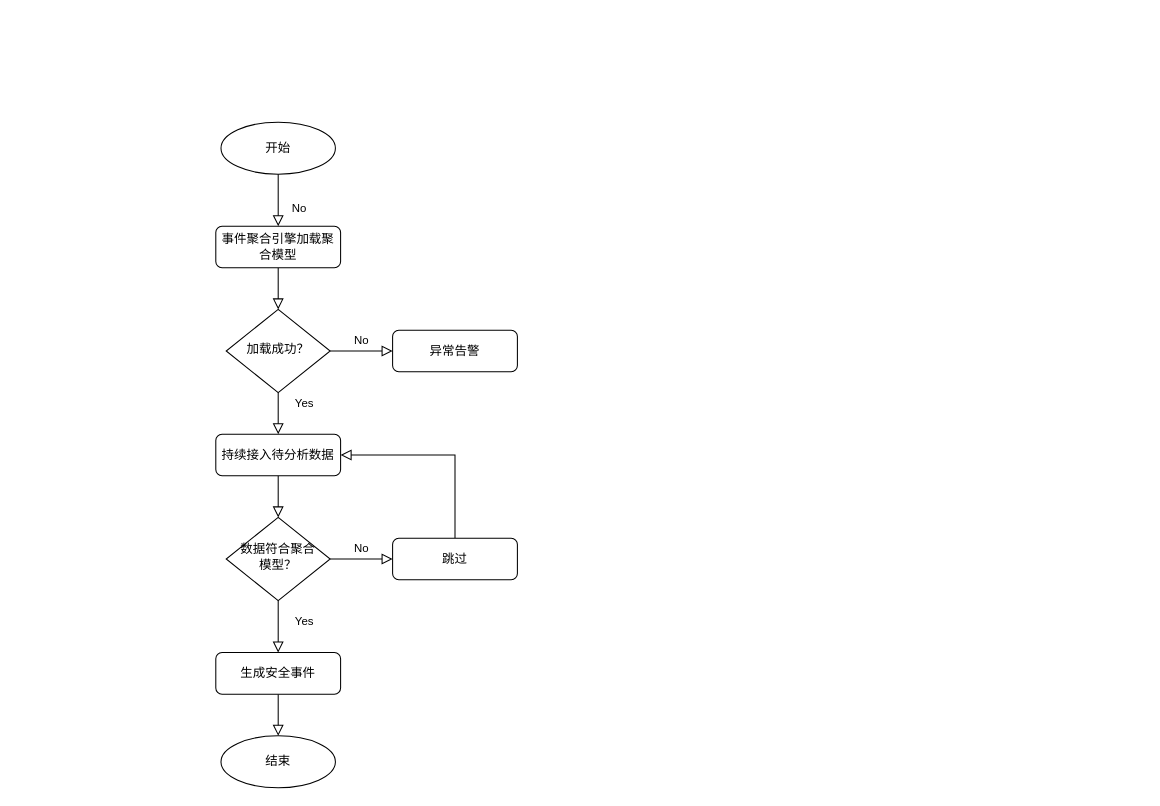
Earlier version of the draw.io diagram control-flow-chart.drawio (popvlovs/popvlovs-repository). Source tidied: cells renumbered, new cells numbered last; positions are measured from the earlier drawing's top-left corner, leaving out a move shared by most shapes. Both pictures are drawn from the tidied source at 104%, with x=0, y=0 at pixel (215, 122).
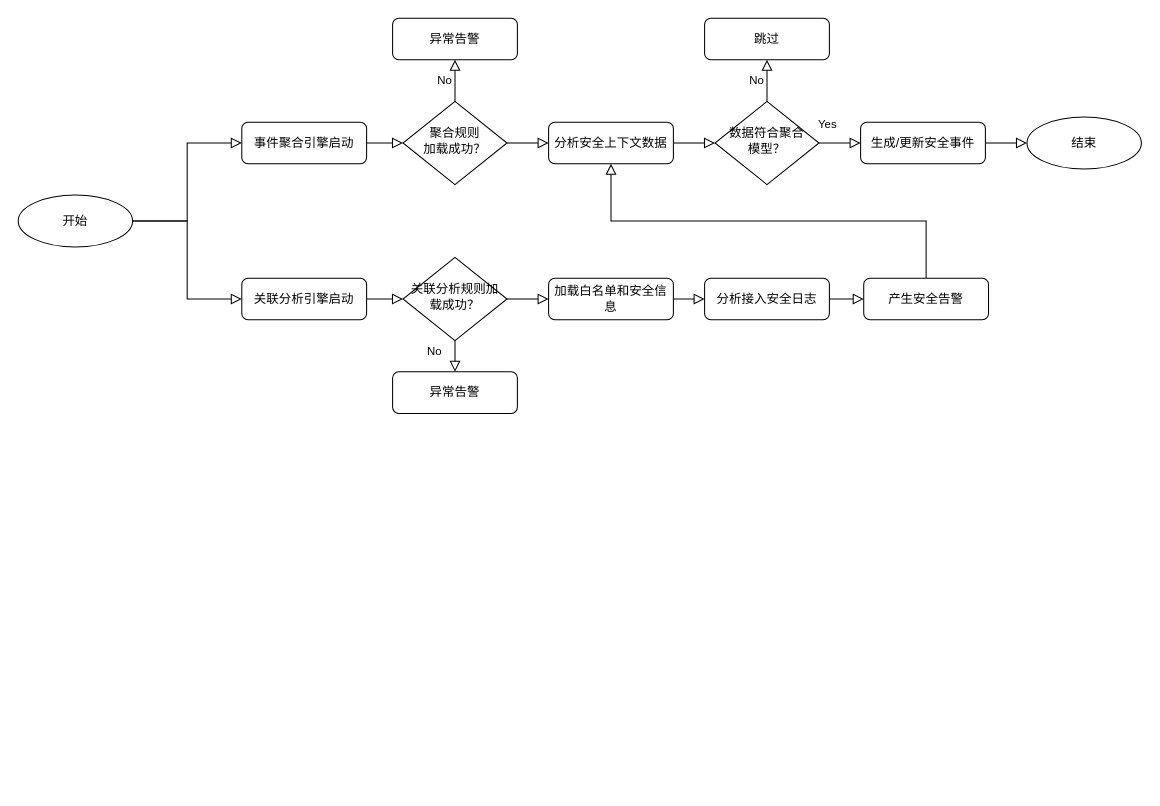
Above is the later version.

The edit, as a diff of the source:
```diff
@@
-    <mxCell id="3" value="事件聚合引擎加载聚合模型" style="rounded=1;whiteSpace=wrap;html=1;fontSize=12;glass=0;strokeWidth=1;shadow=0;" parent="1" vertex="1">
-      <mxGeometry y="100" width="120" height="40" as="geometry" />
+    <mxCell id="3" value="事件聚合引擎启动" style="rounded=1;whiteSpace=wrap;html=1;fontSize=12;glass=0;strokeWidth=1;shadow=0;" parent="1" vertex="1">
+      <mxGeometry x="25" width="120" height="40" as="geometry" />
     </mxCell>
+    <mxCell id="9" style="edgeStyle=orthogonalEdgeStyle;shape=connector;rounded=0;jettySize=auto;html=1;shadow=0;labelBackgroundColor=none;fontFamily=Helvetica;fontSize=11;fontColor=default;endArrow=block;endFill=0;endSize=8;strokeColor=default;strokeWidth=1;entryX=0;entryY=0.5;entryDx=0;entryDy=0;" parent="1" edge="1" source="4" target="3">
+      <mxGeometry relative="1" as="geometry" />
+    </mxCell>
     <mxCell id="4" value="开始" style="ellipse;whiteSpace=wrap;html=1;" parent="1" vertex="1">
-      <mxGeometry x="5" width="110" height="50" as="geometry" />
+      <mxGeometry x="-190" y="70" width="110" height="50" as="geometry" />
     </mxCell>
-    <mxCell id="5" style="edgeStyle=orthogonalEdgeStyle;shape=connector;rounded=0;jettySize=auto;html=1;shadow=0;labelBackgroundColor=none;fontFamily=Helvetica;fontSize=11;fontColor=default;endArrow=block;endFill=0;endSize=8;strokeColor=default;strokeWidth=1;" parent="1" edge="1" source="6" target="11">
-      <mxGeometry relative="1" as="geometry" />
-    </mxCell>
+    <mxCell id="23" style="edgeStyle=orthogonalEdgeStyle;shape=connector;rounded=0;jettySize=auto;html=1;shadow=0;labelBackgroundColor=none;fontFamily=Helvetica;fontSize=11;fontColor=default;endArrow=block;endFill=0;endSize=8;strokeColor=default;strokeWidth=1;" parent="1" edge="1" source="6" target="36">
+      <mxGeometry relative="1" as="geometry" />
+    </mxCell>
-    <mxCell id="6" value="加载成功？" style="rhombus;whiteSpace=wrap;html=1;shadow=0;fontFamily=Helvetica;fontSize=12;align=center;strokeWidth=1;spacing=6;spacingTop=-4;" parent="1" vertex="1">
-      <mxGeometry x="10" y="180" width="100" height="80" as="geometry" />
+    <mxCell id="6" value="聚合规则&lt;br&gt;加载成功？" style="rhombus;whiteSpace=wrap;html=1;shadow=0;fontFamily=Helvetica;fontSize=12;align=center;strokeWidth=1;spacing=6;spacingTop=-4;" parent="1" vertex="1">
+      <mxGeometry x="180" y="-20" width="100" height="80" as="geometry" />
     </mxCell>
     <mxCell id="7" value="异常告警" style="rounded=1;whiteSpace=wrap;html=1;fontSize=12;glass=0;strokeWidth=1;shadow=0;" parent="1" vertex="1">
-      <mxGeometry x="170" y="200" width="120" height="40" as="geometry" />
+      <mxGeometry x="170" y="-100" width="120" height="40" as="geometry" />
     </mxCell>
-    <mxCell id="8" value="No" style="edgeStyle=orthogonalEdgeStyle;rounded=0;html=1;jettySize=auto;fontSize=11;endArrow=block;endFill=0;endSize=8;strokeWidth=1;shadow=0;labelBackgroundColor=none;exitX=1;exitY=0.5;exitDx=0;exitDy=0;entryX=0;entryY=0.5;entryDx=0;entryDy=0;" parent="1" edge="1" source="6" target="7">
+    <mxCell id="8" value="No" style="edgeStyle=orthogonalEdgeStyle;rounded=0;html=1;jettySize=auto;fontSize=11;endArrow=block;endFill=0;endSize=8;strokeWidth=1;shadow=0;labelBackgroundColor=none;exitX=0.5;exitY=0;exitDx=0;exitDy=0;" parent="1" edge="1" source="6" target="7">
       <mxGeometry y="10" relative="1" as="geometry" />
     </mxCell>
-    <mxCell id="9" value="No" style="rounded=0;html=1;jettySize=auto;fontSize=11;endArrow=block;endFill=0;endSize=8;strokeWidth=1;shadow=0;labelBackgroundColor=none;edgeStyle=orthogonalEdgeStyle;exitX=0.5;exitY=1;exitDx=0;exitDy=0;entryX=0.5;entryY=0;entryDx=0;entryDy=0;" parent="1" edge="1" source="4" target="3">
-      <mxGeometry x="0.33" y="20" relative="1" as="geometry" />
-    </mxCell>
-    <mxCell id="10" style="edgeStyle=orthogonalEdgeStyle;shape=connector;rounded=0;jettySize=auto;html=1;shadow=0;labelBackgroundColor=none;fontFamily=Helvetica;fontSize=11;fontColor=default;endArrow=block;endFill=0;endSize=8;strokeColor=default;strokeWidth=1;" parent="1" edge="1" source="11" target="14">
-      <mxGeometry relative="1" as="geometry" />
-    </mxCell>
-    <mxCell id="11" value="持续接入待分析数据" style="rounded=1;whiteSpace=wrap;html=1;fontSize=12;glass=0;strokeWidth=1;shadow=0;" parent="1" vertex="1">
-      <mxGeometry y="300" width="120" height="40" as="geometry" />
-    </mxCell>
+    <mxCell id="24" style="edgeStyle=orthogonalEdgeStyle;shape=connector;rounded=0;jettySize=auto;html=1;shadow=0;labelBackgroundColor=none;fontFamily=Helvetica;fontSize=11;fontColor=default;endArrow=block;endFill=0;endSize=8;strokeColor=default;strokeWidth=1;" parent="1" edge="1" source="25" target="29">
+      <mxGeometry relative="1" as="geometry" />
+    </mxCell>
+    <mxCell id="25" value="关联分析引擎启动" style="rounded=1;whiteSpace=wrap;html=1;fontSize=12;glass=0;strokeWidth=1;shadow=0;" parent="1" vertex="1">
+      <mxGeometry x="25" y="150" width="120" height="40" as="geometry" />
+    </mxCell>
+    <mxCell id="26" style="edgeStyle=orthogonalEdgeStyle;shape=connector;rounded=0;jettySize=auto;html=1;shadow=0;labelBackgroundColor=none;fontFamily=Helvetica;fontSize=11;fontColor=default;endArrow=block;endFill=0;endSize=8;strokeColor=default;strokeWidth=1;entryX=0;entryY=0.5;entryDx=0;entryDy=0;exitX=1;exitY=0.5;exitDx=0;exitDy=0;" parent="1" edge="1" source="4" target="25">
+      <mxGeometry relative="1" as="geometry" />
+    </mxCell>
+    <mxCell id="27" style="edgeStyle=orthogonalEdgeStyle;shape=connector;rounded=0;jettySize=auto;html=1;shadow=0;labelBackgroundColor=none;fontFamily=Helvetica;fontSize=11;fontColor=default;endArrow=block;endFill=0;endSize=8;strokeColor=default;strokeWidth=1;" parent="1" edge="1" source="29" target="30">
+      <mxGeometry relative="1" as="geometry" />
+    </mxCell>
+    <mxCell id="28" style="edgeStyle=orthogonalEdgeStyle;shape=connector;rounded=0;jettySize=auto;html=1;shadow=0;labelBackgroundColor=none;fontFamily=Helvetica;fontSize=11;fontColor=default;endArrow=block;endFill=0;endSize=8;strokeColor=default;strokeWidth=1;" parent="1" edge="1" source="29" target="43">
+      <mxGeometry relative="1" as="geometry" />
+    </mxCell>
+    <mxCell id="29" value="关联分析规则加载成功？" style="rhombus;whiteSpace=wrap;html=1;shadow=0;fontFamily=Helvetica;fontSize=12;align=center;strokeWidth=1;spacing=6;spacingTop=-4;" parent="1" vertex="1">
+      <mxGeometry x="180" y="130" width="100" height="80" as="geometry" />
+    </mxCell>
+    <mxCell id="30" value="异常告警" style="rounded=1;whiteSpace=wrap;html=1;fontSize=12;glass=0;strokeWidth=1;shadow=0;" parent="1" vertex="1">
+      <mxGeometry x="170" y="240" width="120" height="40" as="geometry" />
+    </mxCell>
+    <mxCell id="31" value="No" style="text;html=1;align=center;verticalAlign=middle;strokeColor=none;fillColor=none;fontSize=11;fontFamily=Helvetica;fontColor=default;" parent="1" vertex="1">
+      <mxGeometry x="195" y="210" width="30" height="20" as="geometry" />
+    </mxCell>
+    <mxCell id="32" style="edgeStyle=orthogonalEdgeStyle;shape=connector;rounded=0;jettySize=auto;html=1;shadow=0;labelBackgroundColor=none;fontFamily=Helvetica;fontSize=11;fontColor=default;endArrow=block;endFill=0;endSize=8;strokeColor=default;strokeWidth=1;exitX=1;exitY=0.5;exitDx=0;exitDy=0;" parent="1" edge="1" source="44" target="34">
+      <mxGeometry relative="1" as="geometry" />
+    </mxCell>
+    <mxCell id="33" style="edgeStyle=orthogonalEdgeStyle;shape=connector;rounded=0;jettySize=auto;html=1;entryX=0.5;entryY=1;entryDx=0;entryDy=0;shadow=0;labelBackgroundColor=none;fontFamily=Helvetica;fontSize=11;fontColor=default;endArrow=block;endFill=0;endSize=8;strokeColor=default;strokeWidth=1;exitX=0.5;exitY=0;exitDx=0;exitDy=0;" parent="1" edge="1" source="34" target="36">
+      <mxGeometry relative="1" as="geometry" />
+    </mxCell>
+    <mxCell id="34" value="产生安全告警" style="rounded=1;whiteSpace=wrap;html=1;fontSize=12;glass=0;strokeWidth=1;shadow=0;" parent="1" vertex="1">
+      <mxGeometry x="623" y="150" width="120" height="40" as="geometry" />
+    </mxCell>
+    <mxCell id="35" style="edgeStyle=orthogonalEdgeStyle;shape=connector;rounded=0;jettySize=auto;html=1;shadow=0;labelBackgroundColor=none;fontFamily=Helvetica;fontSize=11;fontColor=default;endArrow=block;endFill=0;endSize=8;strokeColor=default;strokeWidth=1;" parent="1" edge="1" source="36" target="14">
+      <mxGeometry relative="1" as="geometry" />
+    </mxCell>
+    <mxCell id="36" value="分析安全上下文数据" style="rounded=1;whiteSpace=wrap;html=1;fontSize=12;glass=0;strokeWidth=1;shadow=0;" parent="1" vertex="1">
+      <mxGeometry x="320" width="120" height="40" as="geometry" />
+    </mxCell>
@@
-    <mxCell id="13" style="edgeStyle=orthogonalEdgeStyle;shape=connector;rounded=0;jettySize=auto;html=1;shadow=0;labelBackgroundColor=none;fontFamily=Helvetica;fontSize=11;fontColor=default;endArrow=block;endFill=0;endSize=8;strokeColor=default;strokeWidth=1;" parent="1" edge="1" source="14" target="20">
-      <mxGeometry relative="1" as="geometry" />
-    </mxCell>
+    <mxCell id="37" style="edgeStyle=orthogonalEdgeStyle;shape=connector;rounded=0;jettySize=auto;html=1;shadow=0;labelBackgroundColor=none;fontFamily=Helvetica;fontSize=11;fontColor=default;endArrow=block;endFill=0;endSize=8;strokeColor=default;strokeWidth=1;" parent="1" edge="1" source="14" target="40">
+      <mxGeometry relative="1" as="geometry" />
+    </mxCell>
     <mxCell id="14" value="数据符合聚合&lt;br&gt;模型？" style="rhombus;whiteSpace=wrap;html=1;shadow=0;fontFamily=Helvetica;fontSize=12;align=center;strokeWidth=1;spacing=6;spacingTop=-4;" parent="1" vertex="1">
-      <mxGeometry x="10" y="380" width="100" height="80" as="geometry" />
+      <mxGeometry x="480" y="-20" width="100" height="80" as="geometry" />
     </mxCell>
-    <mxCell id="15" style="edgeStyle=orthogonalEdgeStyle;shape=connector;rounded=0;jettySize=auto;html=1;entryX=1;entryY=0.5;entryDx=0;entryDy=0;shadow=0;labelBackgroundColor=none;fontFamily=Helvetica;fontSize=11;fontColor=default;endArrow=block;endFill=0;endSize=8;strokeColor=default;strokeWidth=1;" parent="1" edge="1" source="16" target="11">
-      <mxGeometry relative="1" as="geometry">
-        <Array as="points">
-          <mxPoint x="230" y="320" />
-        </Array>
-      </mxGeometry>
-    </mxCell>
     <mxCell id="16" value="跳过" style="rounded=1;whiteSpace=wrap;html=1;fontSize=12;glass=0;strokeWidth=1;shadow=0;" parent="1" vertex="1">
-      <mxGeometry x="170" y="400" width="120" height="40" as="geometry" />
+      <mxGeometry x="470" y="-100" width="120" height="40" as="geometry" />
     </mxCell>
-    <mxCell id="17" value="No" style="text;html=1;align=center;verticalAlign=middle;strokeColor=none;fillColor=none;fontSize=11;fontFamily=Helvetica;fontColor=default;" parent="1" vertex="1">
-      <mxGeometry x="125" y="400" width="30" height="20" as="geometry" />
-    </mxCell>
-    <mxCell id="18" value="Yes" style="text;html=1;align=center;verticalAlign=middle;strokeColor=none;fillColor=none;fontSize=11;fontFamily=Helvetica;fontColor=default;" parent="1" vertex="1">
-      <mxGeometry x="70" y="260" width="30" height="20" as="geometry" />
-    </mxCell>
-    <mxCell id="19" style="edgeStyle=orthogonalEdgeStyle;shape=connector;rounded=0;jettySize=auto;html=1;shadow=0;labelBackgroundColor=none;fontFamily=Helvetica;fontSize=11;fontColor=default;endArrow=block;endFill=0;endSize=8;strokeColor=default;strokeWidth=1;" parent="1" edge="1" source="20" target="22">
-      <mxGeometry relative="1" as="geometry" />
-    </mxCell>
-    <mxCell id="20" value="生成安全事件" style="rounded=1;whiteSpace=wrap;html=1;fontSize=12;glass=0;strokeWidth=1;shadow=0;" parent="1" vertex="1">
-      <mxGeometry y="510" width="120" height="40" as="geometry" />
-    </mxCell>
-    <mxCell id="21" value="Yes" style="text;html=1;align=center;verticalAlign=middle;strokeColor=none;fillColor=none;fontSize=11;fontFamily=Helvetica;fontColor=default;" parent="1" vertex="1">
-      <mxGeometry x="70" y="470" width="30" height="20" as="geometry" />
-    </mxCell>
+    <mxCell id="38" value="No" style="text;html=1;align=center;verticalAlign=middle;strokeColor=none;fillColor=none;fontSize=11;fontFamily=Helvetica;fontColor=default;" parent="1" vertex="1">
+      <mxGeometry x="505" y="-50" width="30" height="20" as="geometry" />
+    </mxCell>
+    <mxCell id="39" style="edgeStyle=orthogonalEdgeStyle;shape=connector;rounded=0;jettySize=auto;html=1;shadow=0;labelBackgroundColor=none;fontFamily=Helvetica;fontSize=11;fontColor=default;endArrow=block;endFill=0;endSize=8;strokeColor=default;strokeWidth=1;" parent="1" edge="1" source="40" target="22">
+      <mxGeometry relative="1" as="geometry" />
+    </mxCell>
+    <mxCell id="40" value="生成/更新安全事件" style="rounded=1;whiteSpace=wrap;html=1;fontSize=12;glass=0;strokeWidth=1;shadow=0;" parent="1" vertex="1">
+      <mxGeometry x="620" width="120" height="40" as="geometry" />
+    </mxCell>
     <mxCell id="22" value="结束" style="ellipse;whiteSpace=wrap;html=1;" parent="1" vertex="1">
-      <mxGeometry x="5" y="590" width="110" height="50" as="geometry" />
+      <mxGeometry x="780" y="-5" width="110" height="50" as="geometry" />
     </mxCell>
+    <mxCell id="41" value="Yes" style="text;html=1;align=center;verticalAlign=middle;strokeColor=none;fillColor=none;fontSize=11;fontFamily=Helvetica;fontColor=default;" parent="1" vertex="1">
+      <mxGeometry x="573" y="-7" width="29" height="17" as="geometry" />
+    </mxCell>
+    <mxCell id="42" style="edgeStyle=orthogonalEdgeStyle;shape=connector;rounded=0;jettySize=auto;html=1;shadow=0;labelBackgroundColor=none;fontFamily=Helvetica;fontSize=11;fontColor=default;endArrow=block;endFill=0;endSize=8;strokeColor=default;strokeWidth=1;" parent="1" edge="1" source="43" target="44">
+      <mxGeometry relative="1" as="geometry" />
+    </mxCell>
+    <mxCell id="43" value="加载白名单和安全信息" style="rounded=1;whiteSpace=wrap;html=1;fontSize=12;glass=0;strokeWidth=1;shadow=0;" parent="1" vertex="1">
+      <mxGeometry x="320" y="150" width="120" height="40" as="geometry" />
+    </mxCell>
+    <mxCell id="44" value="分析接入安全日志" style="rounded=1;whiteSpace=wrap;html=1;fontSize=12;glass=0;strokeWidth=1;shadow=0;" parent="1" vertex="1">
+      <mxGeometry x="470" y="150" width="120" height="40" as="geometry" />
+    </mxCell>
```
